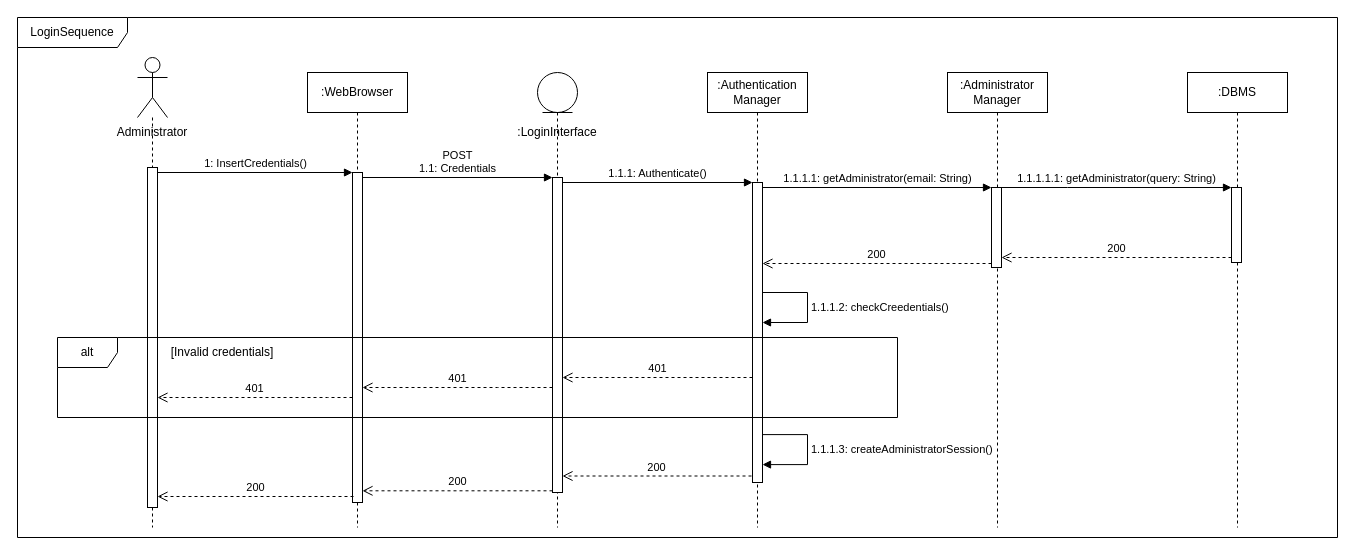
Above: page "LoginAdministrator" (3 of 18) of DD Diagrams/RunTimeViewDiagram.drawio in matteovisotto/SE2-CecchettoSirianiVisotto (draw.io), before the change. Source tidied: cells renumbered, new cells numbered last; positions are measured from the earlier drawing's top-left corner, leaving out a move shared by most shapes. Both pictures are drawn from the tidied source at 100%, with x=0, y=0 at pixel (17, 17).
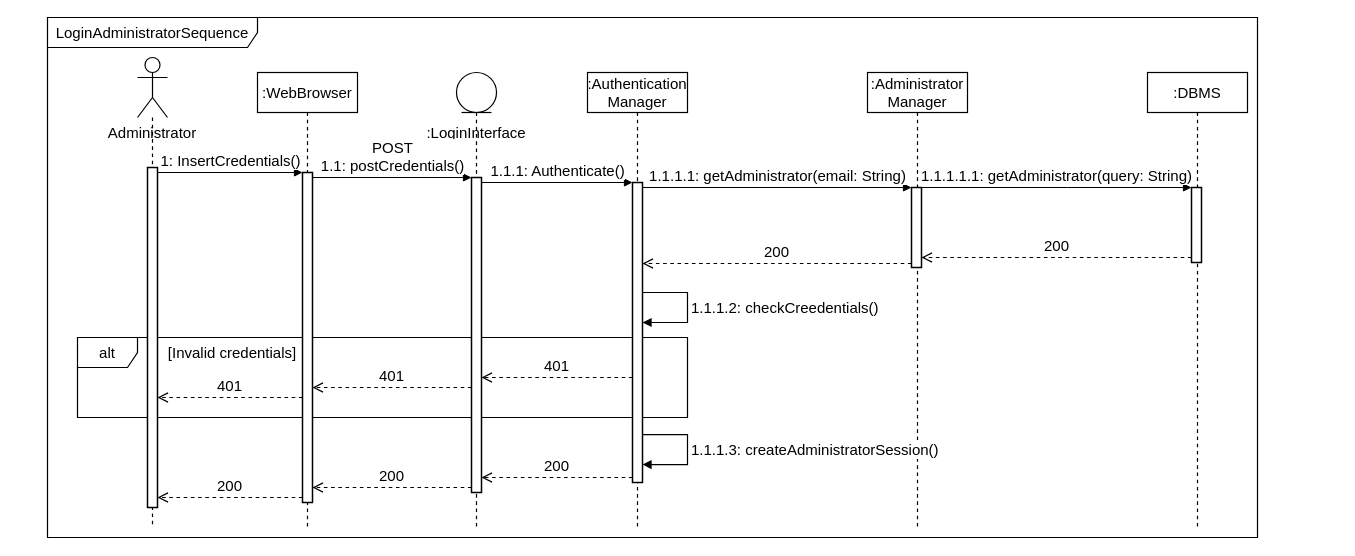
After the change.

The edit, as a diff of the source:
```diff
@@
-    <mxCell id="2" value="LoginSequence" style="shape=umlFrame;whiteSpace=wrap;html=1;width=110;height=30;" parent="1" vertex="1">
-      <mxGeometry width="1320" height="520" as="geometry" />
+    <mxCell id="2" value="LoginAdministratorSequence" style="shape=umlFrame;whiteSpace=wrap;html=1;width=210;height=30;fontSize=15;strokeWidth=1.2;" parent="1" vertex="1">
+      <mxGeometry x="30" width="1210" height="520" as="geometry" />
     </mxCell>
+    <mxCell id="32" value="alt" style="shape=umlFrame;whiteSpace=wrap;html=1;fontSize=15;strokeWidth=1.2;" parent="1" vertex="1">
+      <mxGeometry x="60" y="320" width="610" height="80" as="geometry" />
+    </mxCell>
-    <mxCell id="3" value=":Administrator&lt;br&gt;Manager" style="shape=umlLifeline;perimeter=lifelinePerimeter;whiteSpace=wrap;html=1;" parent="1" vertex="1">
-      <mxGeometry x="930" y="55" width="100" height="455" as="geometry" />
+    <mxCell id="3" value=":Administrator&lt;br style=&quot;font-size: 15px;&quot;&gt;Manager" style="shape=umlLifeline;perimeter=lifelinePerimeter;whiteSpace=wrap;html=1;strokeWidth=1.2;fontSize=15;" parent="1" vertex="1">
+      <mxGeometry x="850" y="55" width="100" height="455" as="geometry" />
     </mxCell>
-    <mxCell id="4" style="html=1;points=[];perimeter=orthogonalPerimeter;" parent="3" vertex="1">
+    <mxCell id="4" style="html=1;points=[];perimeter=orthogonalPerimeter;fontSize=15;strokeWidth=1.5;" parent="3" vertex="1">
       <mxGeometry x="44" y="115" width="10" height="80" as="geometry" />
     </mxCell>
-    <mxCell id="5" style="shape=umlLifeline;participant=umlActor;perimeter=lifelinePerimeter;whiteSpace=wrap;html=1;verticalAlign=top;spacingTop=36;fontFamily=Helvetica;fontSize=12;fontColor=rgb(0, 0, 0);align=center;strokeColor=rgb(0, 0, 0);fillColor=rgb(255, 255, 255);size=60;" parent="1" vertex="1">
+    <mxCell id="5" style="shape=umlLifeline;participant=umlActor;perimeter=lifelinePerimeter;whiteSpace=wrap;html=1;verticalAlign=top;spacingTop=36;fontFamily=Helvetica;fontSize=15;fontColor=rgb(0, 0, 0);align=center;strokeColor=rgb(0, 0, 0);fillColor=rgb(255, 255, 255);size=60;strokeWidth=1.2;" parent="1" vertex="1">
       <mxGeometry x="120" y="40" width="30" height="470" as="geometry" />
     </mxCell>
-    <mxCell id="6" style="html=1;points=[];perimeter=orthogonalPerimeter;" parent="5" vertex="1">
+    <mxCell id="6" style="html=1;points=[];perimeter=orthogonalPerimeter;fontSize=15;strokeWidth=1.5;" parent="5" vertex="1">
       <mxGeometry x="10" y="110" width="10" height="340" as="geometry" />
     </mxCell>
-    <mxCell id="7" value=":WebBrowser" style="shape=umlLifeline;perimeter=lifelinePerimeter;whiteSpace=wrap;html=1;" parent="1" vertex="1">
-      <mxGeometry x="290" y="55" width="100" height="455" as="geometry" />
+    <mxCell id="7" value=":WebBrowser" style="shape=umlLifeline;perimeter=lifelinePerimeter;whiteSpace=wrap;html=1;strokeWidth=1.2;fontSize=15;" parent="1" vertex="1">
+      <mxGeometry x="240" y="55" width="100" height="455" as="geometry" />
     </mxCell>
-    <mxCell id="8" style="html=1;points=[];perimeter=orthogonalPerimeter;" parent="7" vertex="1">
+    <mxCell id="8" style="html=1;points=[];perimeter=orthogonalPerimeter;fontSize=15;strokeWidth=1.5;" parent="7" vertex="1">
       <mxGeometry x="45" y="100" width="10" height="330" as="geometry" />
     </mxCell>
-    <mxCell id="9" value="Administrator" style="text;html=1;strokeColor=none;fillColor=none;align=center;verticalAlign=middle;whiteSpace=wrap;rounded=0;" parent="1" vertex="1">
+    <mxCell id="9" value="Administrator" style="text;html=1;strokeColor=none;fillColor=none;align=center;verticalAlign=middle;whiteSpace=wrap;rounded=0;fontSize=15;" parent="1" vertex="1">
       <mxGeometry x="90" y="100" width="90" height="30" as="geometry" />
     </mxCell>
-    <mxCell id="10" style="shape=umlLifeline;participant=umlEntity;perimeter=lifelinePerimeter;whiteSpace=wrap;html=1;verticalAlign=top;spacingTop=36;" parent="1" vertex="1">
-      <mxGeometry x="520" y="55" width="40" height="455" as="geometry" />
+    <mxCell id="10" style="shape=umlLifeline;participant=umlEntity;perimeter=lifelinePerimeter;whiteSpace=wrap;html=1;verticalAlign=top;spacingTop=36;strokeWidth=1.2;fontSize=15;" parent="1" vertex="1">
+      <mxGeometry x="439" y="55" width="40" height="455" as="geometry" />
     </mxCell>
-    <mxCell id="11" style="html=1;points=[];perimeter=orthogonalPerimeter;" parent="10" vertex="1">
+    <mxCell id="11" style="html=1;points=[];perimeter=orthogonalPerimeter;fontSize=15;strokeWidth=1.5;" parent="10" vertex="1">
       <mxGeometry x="15" y="105" width="10" height="315" as="geometry" />
     </mxCell>
-    <mxCell id="12" value=":LoginInterface" style="text;html=1;strokeColor=none;fillColor=none;align=center;verticalAlign=middle;whiteSpace=wrap;rounded=0;" parent="1" vertex="1">
-      <mxGeometry x="495" y="100" width="90" height="30" as="geometry" />
+    <mxCell id="12" value=":LoginInterface" style="text;html=1;strokeColor=none;fillColor=none;align=center;verticalAlign=middle;whiteSpace=wrap;rounded=0;fontSize=15;" parent="1" vertex="1">
+      <mxGeometry x="414" y="100" width="90" height="30" as="geometry" />
     </mxCell>
-    <mxCell id="13" value="POST&lt;br&gt;1.1: Credentials" style="html=1;verticalAlign=bottom;endArrow=block;entryX=0;entryY=0;rounded=0;" parent="1" edge="1" source="8" target="11">
+    <mxCell id="13" value="POST&lt;br style=&quot;font-size: 15px&quot;&gt;1.1: postCredentials()" style="html=1;verticalAlign=bottom;endArrow=block;entryX=0;entryY=0;rounded=0;fontSize=15;" parent="1" edge="1" source="8" target="11">
       <mxGeometry relative="1" as="geometry" />
     </mxCell>
-    <mxCell id="14" value=":Authentication&lt;br&gt;Manager" style="shape=umlLifeline;perimeter=lifelinePerimeter;whiteSpace=wrap;html=1;" parent="1" vertex="1">
-      <mxGeometry x="690" y="55" width="100" height="455" as="geometry" />
+    <mxCell id="14" value=":Authentication&lt;br style=&quot;font-size: 15px;&quot;&gt;Manager" style="shape=umlLifeline;perimeter=lifelinePerimeter;whiteSpace=wrap;html=1;strokeWidth=1.2;fontSize=15;" parent="1" vertex="1">
+      <mxGeometry x="570" y="55" width="100" height="455" as="geometry" />
     </mxCell>
-    <mxCell id="15" style="html=1;points=[];perimeter=orthogonalPerimeter;" parent="14" vertex="1">
+    <mxCell id="15" style="html=1;points=[];perimeter=orthogonalPerimeter;fontSize=15;strokeWidth=1.5;" parent="14" vertex="1">
       <mxGeometry x="45" y="110" width="10" height="300" as="geometry" />
     </mxCell>
-    <mxCell id="16" value="1.1.1.2: checkCreedentials()" style="edgeStyle=orthogonalEdgeStyle;html=1;align=left;spacingLeft=2;endArrow=block;rounded=0;" parent="14" edge="1">
+    <mxCell id="16" value="1.1.1.2: checkCreedentials()" style="edgeStyle=orthogonalEdgeStyle;html=1;align=left;spacingLeft=2;endArrow=block;rounded=0;fontSize=15;strokeWidth=1.2;" parent="14" edge="1">
       <mxGeometry relative="1" as="geometry">
         <mxPoint x="55" y="220" as="sourcePoint" />
         <mxPoint x="55" y="250" as="targetPoint" />
         <Array as="points">
           <mxPoint x="100" y="220" />
           <mxPoint x="100" y="250" />
         </Array>
       </mxGeometry>
     </mxCell>
-    <mxCell id="17" value="200" style="html=1;verticalAlign=bottom;endArrow=open;dashed=1;endSize=8;rounded=0;exitX=0;exitY=1.004;exitDx=0;exitDy=0;exitPerimeter=0;" parent="14" edge="1">
-      <mxGeometry relative="1" as="geometry">
-        <mxPoint x="-155" y="418.3" as="sourcePoint" />
-        <mxPoint x="-345" y="418.3" as="targetPoint" />
-      </mxGeometry>
-    </mxCell>
-    <mxCell id="18" value="200" style="html=1;verticalAlign=bottom;endArrow=open;dashed=1;endSize=8;exitX=-0.1;exitY=0.987;rounded=0;exitDx=0;exitDy=0;exitPerimeter=0;" parent="14" edge="1">
-      <mxGeometry relative="1" as="geometry">
-        <mxPoint x="44" y="403.5" as="sourcePoint" />
-        <mxPoint x="-145" y="403.5" as="targetPoint" />
-      </mxGeometry>
-    </mxCell>
-    <mxCell id="19" value="200" style="html=1;verticalAlign=bottom;endArrow=open;dashed=1;endSize=8;rounded=0;exitX=0.1;exitY=0.99;exitDx=0;exitDy=0;exitPerimeter=0;" parent="14" edge="1">
-      <mxGeometry relative="1" as="geometry">
-        <mxPoint x="-354" y="424" as="sourcePoint" />
-        <mxPoint x="-550" y="424" as="targetPoint" />
-      </mxGeometry>
-    </mxCell>
-    <mxCell id="20" value="1.1.1.3: createAdministratorSession()" style="edgeStyle=orthogonalEdgeStyle;html=1;align=left;spacingLeft=2;endArrow=block;rounded=0;" parent="14" edge="1">
+    <mxCell id="20" value="1.1.1.3: createAdministratorSession()" style="edgeStyle=orthogonalEdgeStyle;html=1;align=left;spacingLeft=2;endArrow=block;rounded=0;fontSize=15;strokeWidth=1.2;" parent="14" edge="1">
       <mxGeometry relative="1" as="geometry">
         <mxPoint x="55" y="362.1" as="sourcePoint" />
         <mxPoint x="55" y="392.1" as="targetPoint" />
         <Array as="points">
           <mxPoint x="100" y="362.1" />
           <mxPoint x="100" y="392.1" />
         </Array>
       </mxGeometry>
     </mxCell>
-    <mxCell id="21" value="1.1.1: Authenticate()" style="html=1;verticalAlign=bottom;endArrow=block;entryX=0;entryY=0;rounded=0;" parent="1" edge="1" source="11" target="15">
+    <mxCell id="21" value="1.1.1: Authenticate()" style="html=1;verticalAlign=bottom;endArrow=block;entryX=0;entryY=0;rounded=0;fontSize=15;" parent="1" edge="1" source="11" target="15">
       <mxGeometry relative="1" as="geometry" />
     </mxCell>
-    <mxCell id="22" value="1.1.1.1: getAdministrator(email: String)" style="html=1;verticalAlign=bottom;endArrow=block;entryX=0;entryY=0;rounded=0;" parent="1" edge="1" target="4">
-      <mxGeometry relative="1" as="geometry">
-        <mxPoint x="745" y="170" as="sourcePoint" />
-      </mxGeometry>
+    <mxCell id="22" value="1.1.1.1: getAdministrator(email: String)" style="html=1;verticalAlign=bottom;endArrow=block;entryX=0;entryY=0;rounded=0;fontSize=15;" parent="1" edge="1" source="15" target="4">
+      <mxGeometry relative="1" as="geometry" />
     </mxCell>
-    <mxCell id="23" value="200" style="html=1;verticalAlign=bottom;endArrow=open;dashed=1;endSize=8;exitX=0;exitY=0.95;rounded=0;" parent="1" edge="1" source="4">
-      <mxGeometry relative="1" as="geometry">
-        <mxPoint x="745" y="246" as="targetPoint" />
-      </mxGeometry>
+    <mxCell id="23" value="200" style="html=1;verticalAlign=bottom;endArrow=open;dashed=1;endSize=8;exitX=0;exitY=0.95;rounded=0;fontSize=15;strokeWidth=1.2;" parent="1" edge="1" source="4" target="15">
+      <mxGeometry relative="1" as="geometry" />
     </mxCell>
-    <mxCell id="24" value=":DBMS" style="shape=umlLifeline;perimeter=lifelinePerimeter;whiteSpace=wrap;html=1;" parent="1" vertex="1">
-      <mxGeometry x="1170" y="55" width="100" height="455" as="geometry" />
+    <mxCell id="24" value=":DBMS" style="shape=umlLifeline;perimeter=lifelinePerimeter;whiteSpace=wrap;html=1;strokeWidth=1.2;fontSize=15;" parent="1" vertex="1">
+      <mxGeometry x="1130" y="55" width="100" height="455" as="geometry" />
     </mxCell>
-    <mxCell id="25" style="html=1;points=[];perimeter=orthogonalPerimeter;" parent="24" vertex="1">
+    <mxCell id="25" style="html=1;points=[];perimeter=orthogonalPerimeter;fontSize=15;strokeWidth=1.5;" parent="24" vertex="1">
       <mxGeometry x="44" y="115" width="10" height="75" as="geometry" />
     </mxCell>
-    <mxCell id="26" value="1.1.1.1.1: getAdministrator(query: String)" style="html=1;verticalAlign=bottom;endArrow=block;rounded=0;" parent="1" edge="1" source="4" target="25">
+    <mxCell id="26" value="1.1.1.1.1: getAdministrator(query: String)" style="html=1;verticalAlign=bottom;endArrow=block;rounded=0;fontSize=15;" parent="1" edge="1" source="4" target="25">
       <mxGeometry relative="1" as="geometry">
         <Array as="points">
           <mxPoint x="1050" y="170" />
         </Array>
       </mxGeometry>
     </mxCell>
-    <mxCell id="27" value="200" style="html=1;verticalAlign=bottom;endArrow=open;dashed=1;endSize=8;rounded=0;" parent="1" edge="1" source="25" target="4">
+    <mxCell id="27" value="200" style="html=1;verticalAlign=bottom;endArrow=open;dashed=1;endSize=8;rounded=0;fontSize=15;strokeWidth=1.2;" parent="1" edge="1" source="25" target="4">
       <mxGeometry relative="1" as="geometry">
         <Array as="points">
           <mxPoint x="1070" y="240" />
         </Array>
       </mxGeometry>
     </mxCell>
-    <mxCell id="28" value="1: InsertCredentials()" style="html=1;verticalAlign=bottom;endArrow=block;entryX=0;entryY=0;rounded=0;" parent="1" edge="1" source="6" target="8">
+    <mxCell id="28" value="1: InsertCredentials()" style="html=1;verticalAlign=bottom;endArrow=block;entryX=0;entryY=0;rounded=0;fontSize=15;" parent="1" edge="1" source="6" target="8">
       <mxGeometry relative="1" as="geometry" />
     </mxCell>
-    <mxCell id="29" value="401" style="html=1;verticalAlign=bottom;endArrow=open;dashed=1;endSize=8;rounded=0;" parent="1" edge="1" source="15" target="11">
+    <mxCell id="29" value="401" style="html=1;verticalAlign=bottom;endArrow=open;dashed=1;endSize=8;rounded=0;fontSize=15;strokeWidth=1.2;" parent="1" edge="1" source="15" target="11">
       <mxGeometry relative="1" as="geometry">
         <Array as="points">
-          <mxPoint x="630" y="360" />
+          <mxPoint x="600" y="360" />
         </Array>
       </mxGeometry>
     </mxCell>
-    <mxCell id="30" value="401" style="html=1;verticalAlign=bottom;endArrow=open;dashed=1;endSize=8;rounded=0;" parent="1" edge="1" source="11" target="8">
+    <mxCell id="30" value="401" style="html=1;verticalAlign=bottom;endArrow=open;dashed=1;endSize=8;rounded=0;fontSize=15;strokeWidth=1.2;" parent="1" edge="1" source="11" target="8">
       <mxGeometry relative="1" as="geometry">
         <Array as="points">
-          <mxPoint x="480" y="370" />
+          <mxPoint x="450" y="370" />
         </Array>
       </mxGeometry>
     </mxCell>
-    <mxCell id="31" value="401" style="html=1;verticalAlign=bottom;endArrow=open;dashed=1;endSize=8;rounded=0;" parent="1" edge="1" source="8" target="6">
+    <mxCell id="31" value="401" style="html=1;verticalAlign=bottom;endArrow=open;dashed=1;endSize=8;rounded=0;fontSize=15;strokeWidth=1.2;" parent="1" edge="1" source="8" target="6">
       <mxGeometry relative="1" as="geometry">
         <Array as="points">
-          <mxPoint x="310" y="380" />
+          <mxPoint x="270" y="380" />
         </Array>
       </mxGeometry>
     </mxCell>
-    <mxCell id="32" value="alt" style="shape=umlFrame;whiteSpace=wrap;html=1;" parent="1" vertex="1">
-      <mxGeometry x="40" y="320" width="840" height="80" as="geometry" />
-    </mxCell>
-    <mxCell id="33" value="[Invalid credentials]" style="text;html=1;strokeColor=none;fillColor=none;align=center;verticalAlign=middle;whiteSpace=wrap;rounded=0;" parent="1" vertex="1">
-      <mxGeometry x="150" y="320" width="110" height="30" as="geometry" />
+    <mxCell id="33" value="[Invalid credentials]" style="text;html=1;strokeColor=none;fillColor=none;align=center;verticalAlign=middle;whiteSpace=wrap;rounded=0;fontSize=15;" parent="1" vertex="1">
+      <mxGeometry x="140" y="320" width="150" height="30" as="geometry" />
     </mxCell>
+    <mxCell id="17" value="200" style="html=1;verticalAlign=bottom;endArrow=open;dashed=1;endSize=8;rounded=0;fontSize=15;strokeWidth=1.2;" parent="1" edge="1" source="11" target="8">
+      <mxGeometry relative="1" as="geometry">
+        <Array as="points">
+          <mxPoint x="400" y="470" />
+        </Array>
+      </mxGeometry>
+    </mxCell>
+    <mxCell id="18" value="200" style="html=1;verticalAlign=bottom;endArrow=open;dashed=1;endSize=8;rounded=0;fontSize=15;strokeWidth=1.2;" parent="1" edge="1" source="15" target="11">
+      <mxGeometry relative="1" as="geometry">
+        <Array as="points">
+          <mxPoint x="600" y="460" />
+        </Array>
+      </mxGeometry>
+    </mxCell>
+    <mxCell id="19" value="200" style="html=1;verticalAlign=bottom;endArrow=open;dashed=1;endSize=8;rounded=0;fontSize=15;strokeWidth=1.2;" parent="1" edge="1" source="8" target="6">
+      <mxGeometry relative="1" as="geometry">
+        <Array as="points">
+          <mxPoint x="180" y="480" />
+        </Array>
+      </mxGeometry>
+    </mxCell>
```
